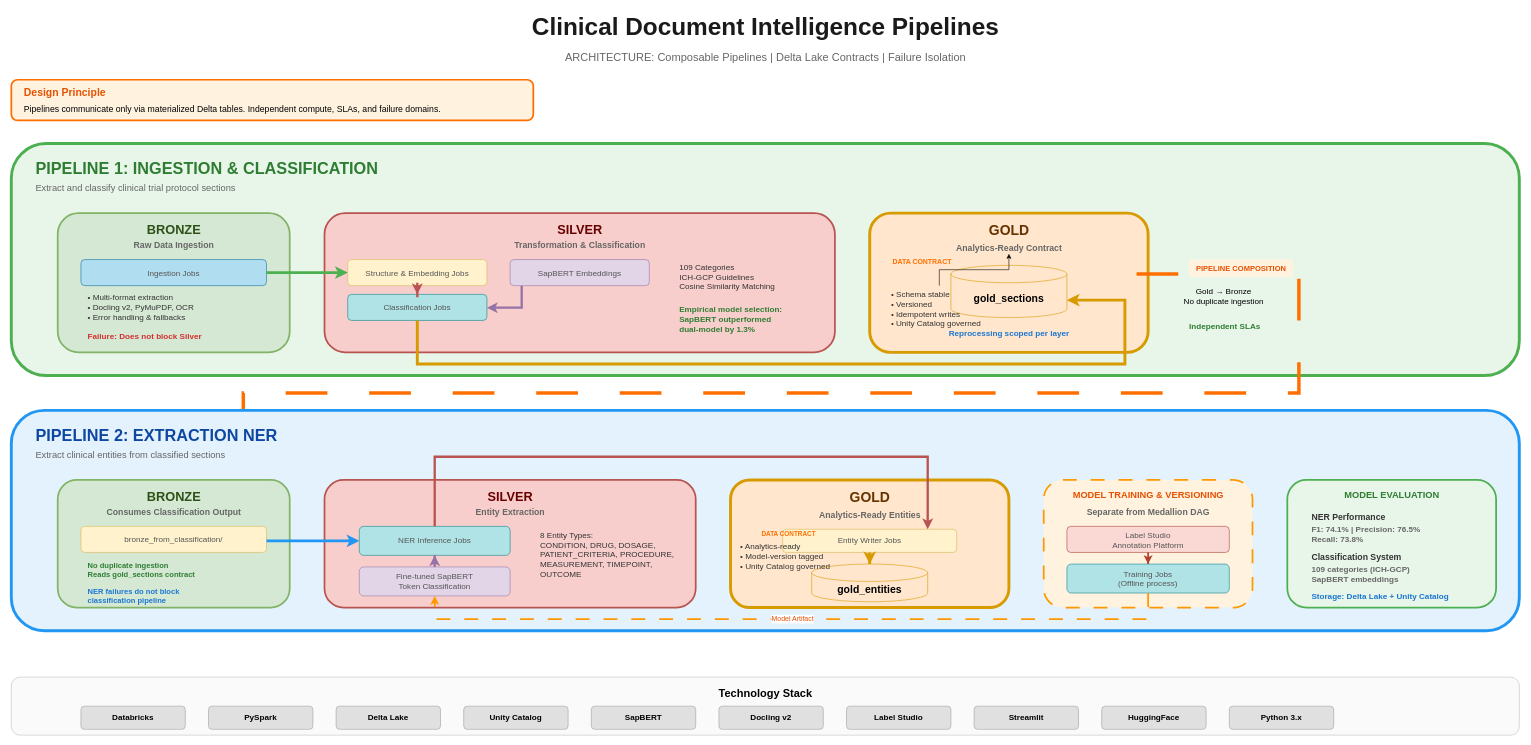
This is Clinical Document Intelligence Pipelines.drawio from panwarnalini-hub/clinical-doc-pipelines, a draw.io file, before an edit. Source tidied: cells renumbered, new cells numbered last; positions are measured from the earlier drawing's top-left corner, leaving out a move shared by most shapes. Both pictures are drawn from the tidied source at 58%, with x=0, y=0 at pixel (11, 10).
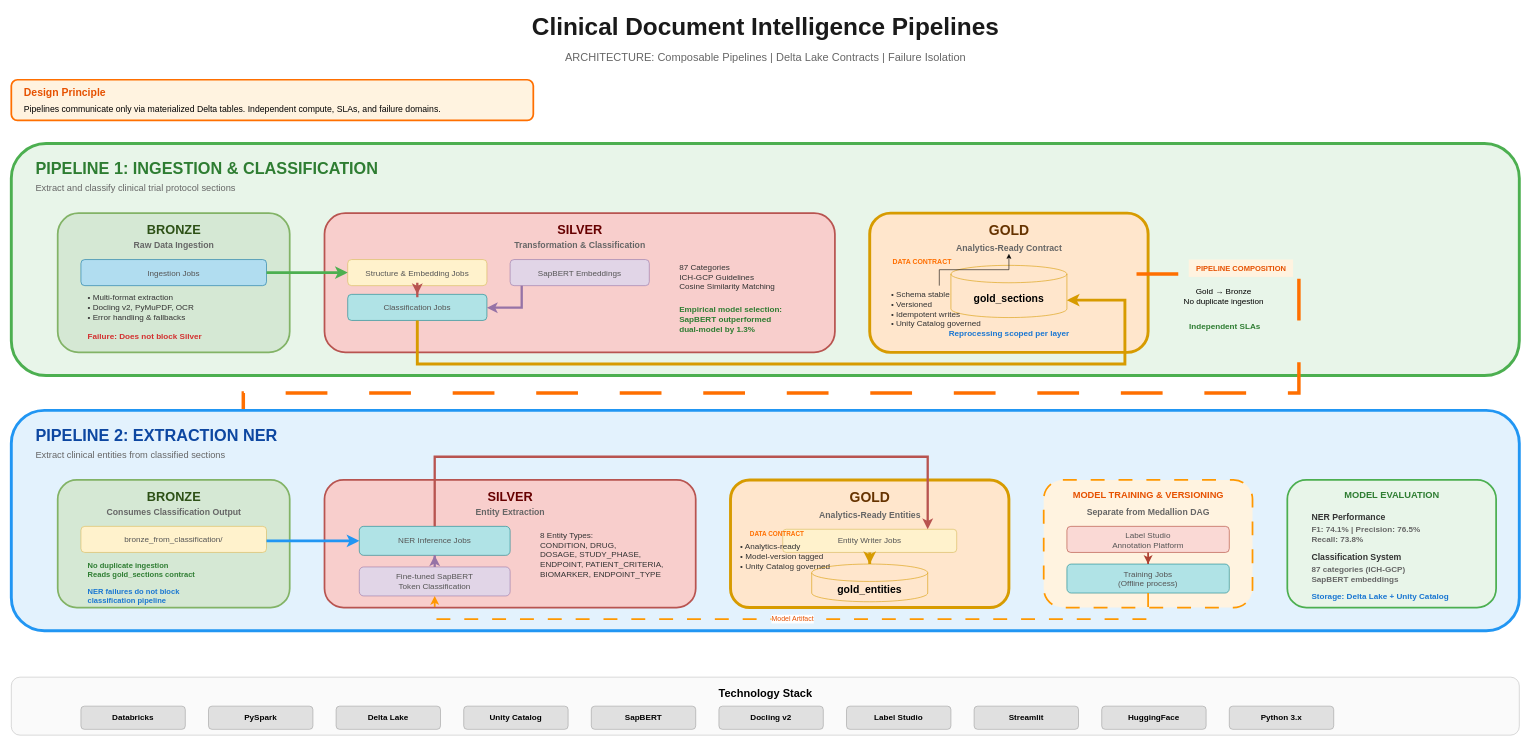
The same page after the edit.

Change to the diagram source:
```diff
@@
-    <mxCell id="22" value="&lt;font&gt;109 Categories&lt;br&gt;ICH-GCP Guidelines&lt;br&gt;Cosine Similarity Matching&lt;/font&gt;" style="text;html=1;strokeColor=none;fillColor=none;align=left;verticalAlign=middle;fontSize=14;fontColor=#333;spacingLeft=10;" parent="1" vertex="1">
+    <mxCell id="22" value="&lt;font&gt;87 Categories&lt;br&gt;ICH-GCP Guidelines&lt;br&gt;Cosine Similarity Matching&lt;/font&gt;" style="text;html=1;strokeColor=none;fillColor=none;align=left;verticalAlign=middle;fontSize=14;fontColor=#333;spacingLeft=10;" parent="1" vertex="1">
       <mxGeometry x="1140" y="430" width="240" height="60" as="geometry" />
     </mxCell>
@@
-    <mxCell id="50" value="8 Entity Types:&#10;CONDITION, DRUG, DOSAGE,&#10;PATIENT_CRITERIA, PROCEDURE,&#10;MEASUREMENT, TIMEPOINT,&#10;OUTCOME" style="text;html=1;strokeColor=none;fillColor=none;align=left;verticalAlign=top;fontSize=14;fontColor=#333;spacingLeft=10;" parent="1" vertex="1">
+    <mxCell id="50" value="8 Entity Types:&lt;br&gt;&lt;div&gt;CONDITION, DRUG,&amp;nbsp;&lt;/div&gt;&lt;div&gt;DOSAGE, STUDY_PHASE,&amp;nbsp;&lt;/div&gt;&lt;div&gt;ENDPOINT, PATIENT_CRITERIA,&amp;nbsp;&lt;/div&gt;&lt;div&gt;BIOMARKER, ENDPOINT_TYPE&lt;/div&gt;" style="text;html=1;strokeColor=none;fillColor=none;align=left;verticalAlign=top;fontSize=14;fontColor=#333;spacingLeft=10;" parent="1" vertex="1">
       <mxGeometry x="900" y="890" width="240" height="90" as="geometry" />
     </mxCell>
@@
     <mxCell id="56" value="DATA CONTRACT" style="text;html=1;strokeColor=none;fillColor=none;align=center;verticalAlign=top;fontSize=11;fontStyle=1;fontColor=#FF6F00;" parent="1" vertex="1">
-      <mxGeometry x="1260" y="890" width="160" height="20" as="geometry" />
+      <mxGeometry x="1240" y="890" width="160" height="20" as="geometry" />
     </mxCell>
@@
-    <mxCell id="68" value="&lt;font&gt;&lt;b&gt;109 categories (ICH-GCP)&lt;br&gt;SapBERT embeddings&lt;/b&gt;&lt;/font&gt;" style="text;html=1;strokeColor=none;fillColor=none;align=left;verticalAlign=middle;fontSize=14;fontColor=#666;spacingLeft=20;" parent="1" vertex="1">
+    <mxCell id="68" value="&lt;font&gt;&lt;b&gt;87 categories (ICH-GCP)&lt;br&gt;SapBERT embeddings&lt;/b&gt;&lt;/font&gt;" style="text;html=1;strokeColor=none;fillColor=none;align=left;verticalAlign=middle;fontSize=14;fontColor=#666;spacingLeft=20;" parent="1" vertex="1">
       <mxGeometry x="2220" y="955" width="320" height="35" as="geometry" />
     </mxCell>
```
